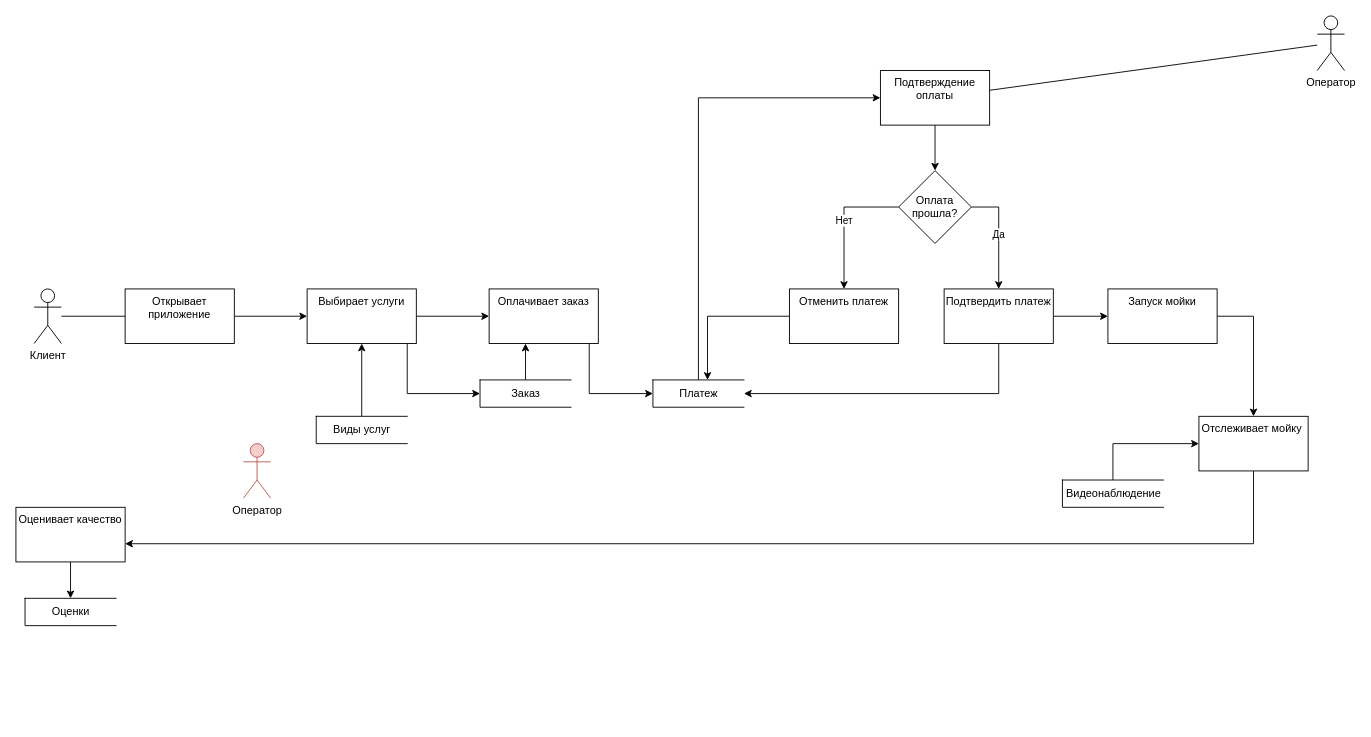
Above: page "DFD" (2 of 3) of Diagram_1.drawio in vitaliyepikhin/Automated-Car-Wash (draw.io), before the change. Source tidied: cells renumbered, new cells numbered last; positions are measured from the earlier drawing's top-left corner, leaving out a move shared by most shapes. Both pictures are drawn from the tidied source at 91%, with x=0, y=0 at pixel (15, 15).
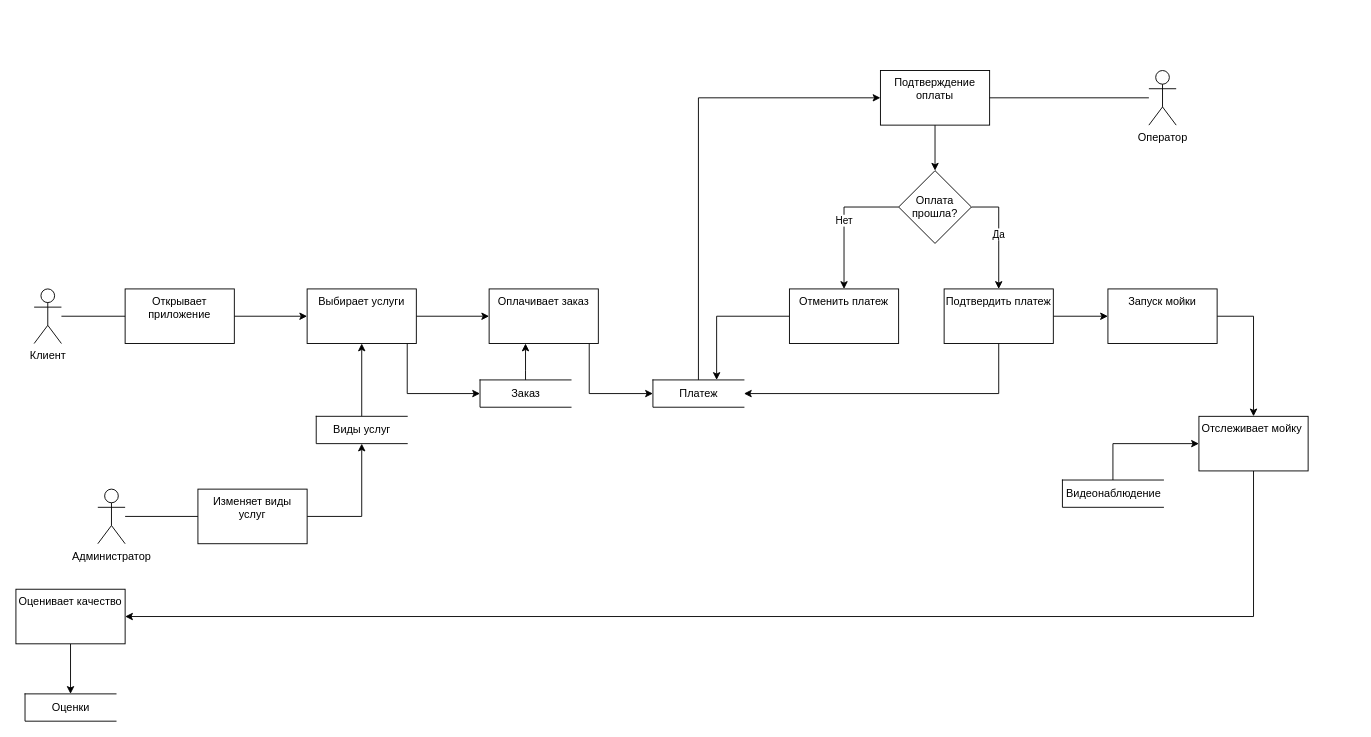
The same diagram, later.

The change refers to these unchanged cells:
```xml
<mxCell id="11" value="Виды услуг" style="html=1;dashed=0;whitespace=wrap;shape=partialRectangle;right=0;" parent="1" vertex="1">
  <mxGeometry x="330" y="440" width="100" height="30" as="geometry" />
</mxCell>
<mxCell id="13" value="Отслеживает мойку&amp;nbsp;" style="whiteSpace=wrap;html=1;verticalAlign=top;" parent="1" vertex="1">
  <mxGeometry x="1300" y="440" width="120" height="60" as="geometry" />
</mxCell>
<mxCell id="25" value="Платеж" style="html=1;dashed=0;whitespace=wrap;shape=partialRectangle;right=0;" parent="1" vertex="1">
  <mxGeometry x="700" y="400" width="100" height="30" as="geometry" />
</mxCell>
<mxCell id="27" value="Отменить платеж" style="whiteSpace=wrap;html=1;verticalAlign=top;" parent="1" vertex="1">
  <mxGeometry x="850" y="300" width="120" height="60" as="geometry" />
</mxCell>
```

What changed in the source:
```diff
@@
     <mxCell id="12" style="edgeStyle=orthogonalEdgeStyle;rounded=0;jettySize=auto;html=1;" parent="1" edge="1" source="13" target="15">
       <mxGeometry relative="1" as="geometry">
         <Array as="points">
-          <mxPoint x="1360" y="580" />
+          <mxPoint x="1360" y="660" />
         </Array>
       </mxGeometry>
     </mxCell>
@@
     <mxCell id="15" value="Оценивает качество" style="whiteSpace=wrap;html=1;verticalAlign=top;" parent="1" vertex="1">
-      <mxGeometry y="540" width="120" height="60" as="geometry" />
+      <mxGeometry y="630" width="120" height="60" as="geometry" />
     </mxCell>
@@
     <mxCell id="18" value="Оператор" style="shape=umlActor;verticalLabelPosition=bottom;verticalAlign=top;html=1;outlineConnect=0;" parent="1" vertex="1">
-      <mxGeometry x="1430" width="30" height="60" as="geometry" />
+      <mxGeometry x="1245" y="60" width="30" height="60" as="geometry" />
     </mxCell>
     <mxCell id="19" value="Оценки" style="html=1;dashed=0;whitespace=wrap;shape=partialRectangle;right=0;" parent="1" vertex="1">
-      <mxGeometry x="10" y="640" width="100" height="30" as="geometry" />
+      <mxGeometry x="10" y="745" width="100" height="30" as="geometry" />
     </mxCell>
@@
     <mxCell id="26" style="edgeStyle=orthogonalEdgeStyle;rounded=0;jettySize=auto;html=1;" parent="1" edge="1" source="27" target="25">
       <mxGeometry relative="1" as="geometry">
         <Array as="points">
-          <mxPoint x="760" y="330" />
+          <mxPoint x="770" y="330" />
         </Array>
       </mxGeometry>
     </mxCell>
@@
+    <mxCell id="39" style="edgeStyle=orthogonalEdgeStyle;rounded=0;jettySize=auto;html=1;endArrow=none;endFill=0;" parent="1" edge="1" source="38" target="41">
+      <mxGeometry relative="1" as="geometry" />
+    </mxCell>
-    <mxCell id="38" value="Оператор" style="shape=umlActor;verticalLabelPosition=bottom;verticalAlign=top;html=1;outlineConnect=0;fillColor=#f8cecc;strokeColor=#b85450;" parent="1" vertex="1">
-      <mxGeometry x="250" y="470" width="30" height="60" as="geometry" />
+    <mxCell id="38" value="Администратор" style="shape=umlActor;verticalLabelPosition=bottom;verticalAlign=top;html=1;outlineConnect=0;" parent="1" vertex="1">
+      <mxGeometry x="90" y="520" width="30" height="60" as="geometry" />
     </mxCell>
+    <mxCell id="40" style="edgeStyle=orthogonalEdgeStyle;rounded=0;jettySize=auto;html=1;entryX=0.5;entryY=1;entryDx=0;entryDy=0;" parent="1" edge="1" source="41" target="11">
+      <mxGeometry relative="1" as="geometry" />
+    </mxCell>
+    <mxCell id="41" value="Изменяет виды услуг" style="whiteSpace=wrap;html=1;verticalAlign=top;" parent="1" vertex="1">
+      <mxGeometry x="200" y="520" width="120" height="60" as="geometry" />
+    </mxCell>
```
